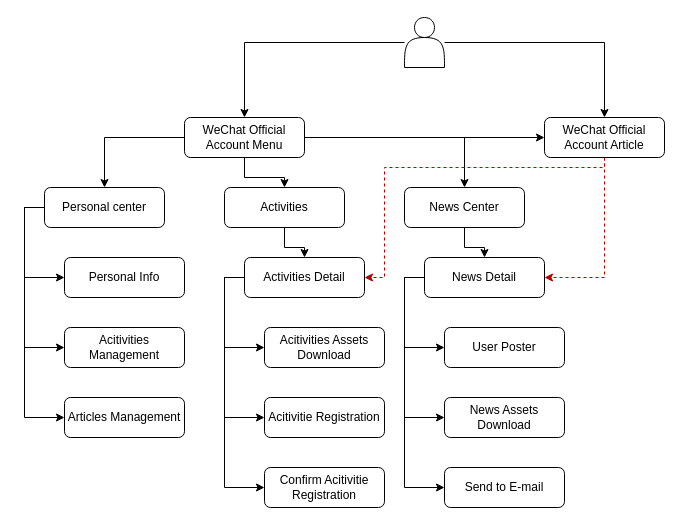
This is Untitled Diagram.drawio from hLifeel/skill-study, a draw.io file, before an edit. Source tidied: cells renumbered, new cells numbered last; positions are measured from the earlier drawing's top-left corner, leaving out a move shared by most shapes. Both pictures are drawn from the tidied source at 100%, with x=0, y=0 at pixel (44, 17).
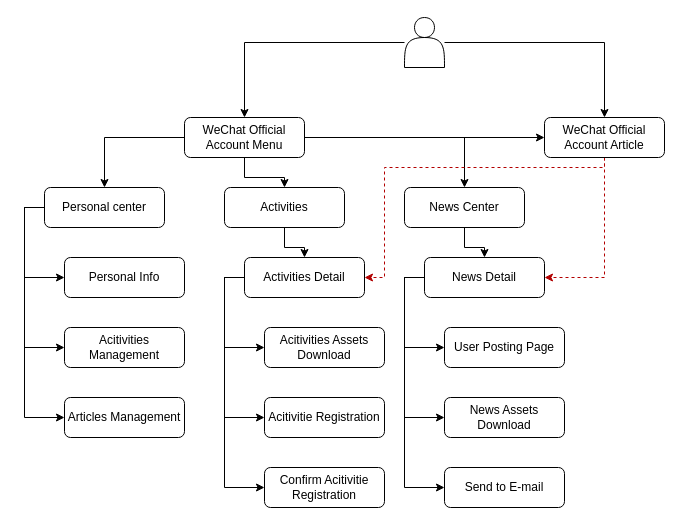
The same diagram, later.

Change to the diagram source:
```diff
@@
-    <mxCell id="36" value="User Poster" style="rounded=1;whiteSpace=wrap;html=1;fontSize=12;glass=0;strokeWidth=1;shadow=0;" parent="1" vertex="1">
+    <mxCell id="36" value="User Posting Page" style="rounded=1;whiteSpace=wrap;html=1;fontSize=12;glass=0;strokeWidth=1;shadow=0;" parent="1" vertex="1">
       <mxGeometry x="400" y="310" width="120" height="40" as="geometry" />
     </mxCell>
```
